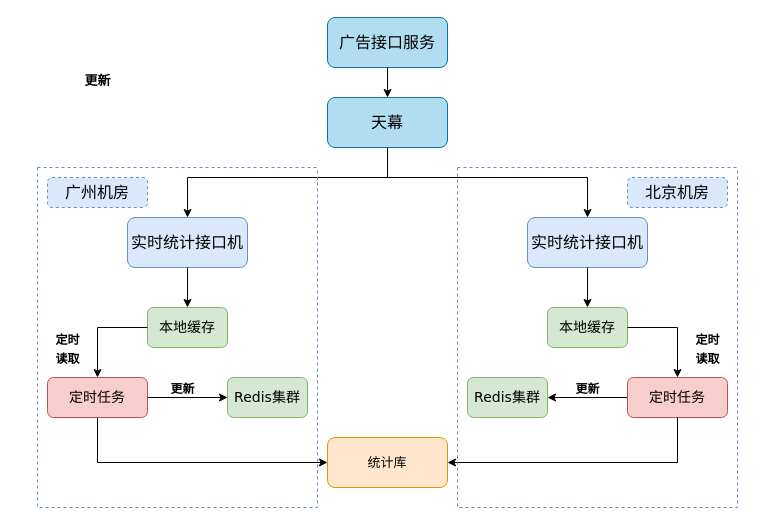
This is test2.drawio from lewiskyo/test_git, a draw.io file, before an edit. Source tidied: cells renumbered, new cells numbered last; positions are measured from the earlier drawing's top-left corner, leaving out a move shared by most shapes. Both pictures are drawn from the tidied source at 100%, with x=0, y=0 at pixel (17, 17).
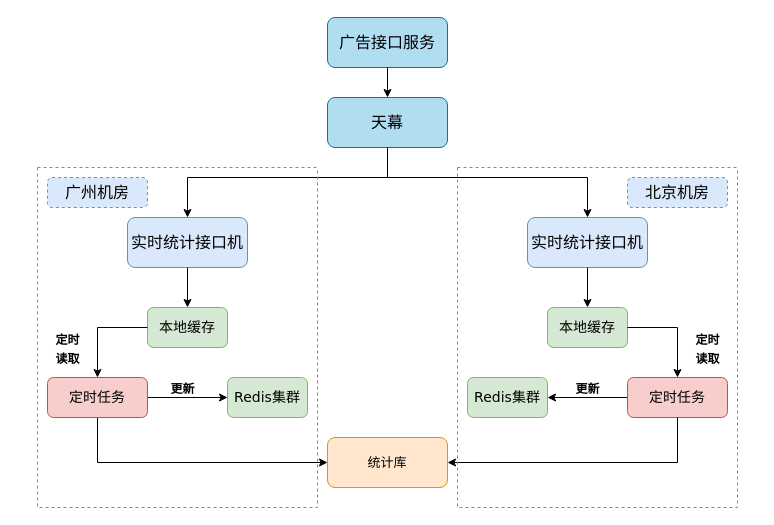
After the change.

What changed in the source:
```diff
@@
-    <mxCell id="7" value="&lt;span style=&quot;font-size: 13px;&quot;&gt;更新&lt;/span&gt;" style="text;strokeColor=none;fillColor=none;html=1;fontSize=24;fontStyle=1;verticalAlign=middle;align=center;fontFamily=Verdana;" parent="1" vertex="1">
-      <mxGeometry x="30" y="40" width="100" height="40" as="geometry" />
-    </mxCell>
```
